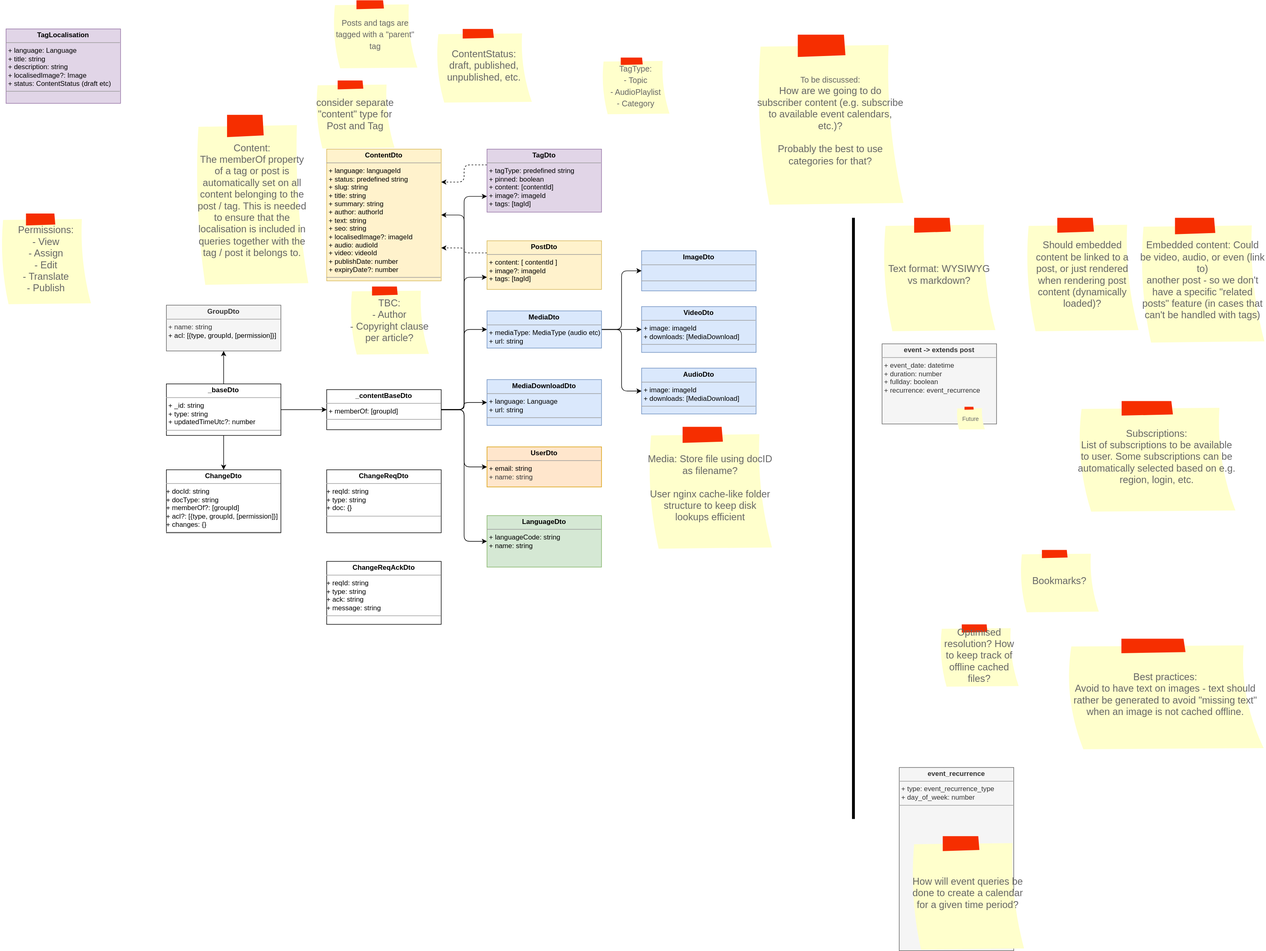
The draw.io diagram docs/datamodel.drawio.svg in bccsa/luminary, before a commit. Source tidied: cells renumbered, new cells last; positions are measured from the earlier drawing's top-left corner, leaving out a move shared by most shapes.
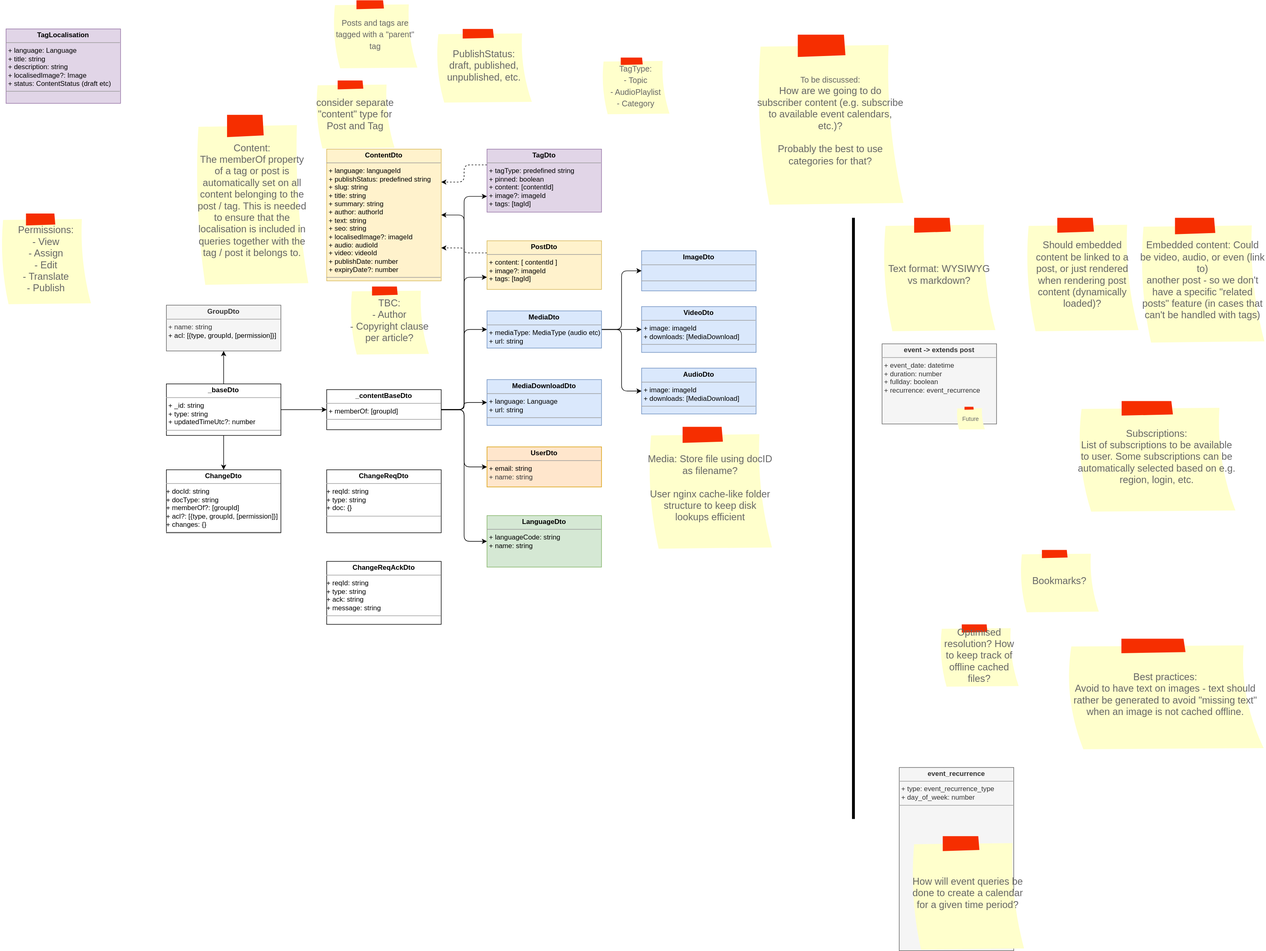
After the change.

Diff of the diagram source:
```diff
@@ -2,7 +2,7 @@
   <root>
     <mxCell id="0" />
     <mxCell id="1" parent="0" />
-    <mxCell id="2" value="&lt;p style=&quot;margin:0px;margin-top:4px;text-align:center;&quot;&gt;&lt;b&gt;ContentDto&lt;/b&gt;&lt;/p&gt;&lt;hr size=&quot;1&quot;&gt;&lt;p style=&quot;border-color: var(--border-color); margin: 0px 0px 0px 4px;&quot;&gt;&lt;span style=&quot;border-color: var(--border-color); background-color: initial;&quot;&gt;&lt;/span&gt;&lt;/p&gt;&lt;p style=&quot;border-color: var(--border-color); margin: 0px 0px 0px 4px;&quot;&gt;&lt;span style=&quot;border-color: var(--border-color); background-color: initial;&quot;&gt;+ language: languageId&lt;/span&gt;&lt;/p&gt;&lt;p style=&quot;border-color: var(--border-color); margin: 0px 0px 0px 4px;&quot;&gt;&lt;span style=&quot;border-color: var(--border-color); background-color: initial;&quot;&gt;+ status: predefined string&lt;br&gt;&lt;/span&gt;&lt;/p&gt;&lt;p style=&quot;border-color: var(--border-color); margin: 0px 0px 0px 4px;&quot;&gt;+ slug: string&lt;/p&gt;&lt;p style=&quot;margin:0px;margin-left:4px;&quot;&gt;+ title: string&lt;/p&gt;&lt;p style=&quot;margin:0px;margin-left:4px;&quot;&gt;+ summary: string&lt;/p&gt;&lt;p style=&quot;margin:0px;margin-left:4px;&quot;&gt;+ author: authorId&lt;br&gt;&lt;/p&gt;&lt;p style=&quot;margin:0px;margin-left:4px;&quot;&gt;+ text: string&lt;/p&gt;&lt;p style=&quot;margin:0px;margin-left:4px;&quot;&gt;+ seo: string&lt;/p&gt;&lt;p style=&quot;margin:0px;margin-left:4px;&quot;&gt;+ localisedImage?: imageId&lt;/p&gt;&lt;p style=&quot;margin:0px;margin-left:4px;&quot;&gt;+ audio: audioId&lt;/p&gt;&lt;p style=&quot;margin:0px;margin-left:4px;&quot;&gt;+ video: videoId&lt;/p&gt;&lt;p style=&quot;border-color: var(--border-color); margin: 0px 0px 0px 4px;&quot;&gt;&lt;span style=&quot;border-color: var(--border-color); background-color: initial;&quot;&gt;+ publishDate: number&lt;/span&gt;&lt;br style=&quot;border-color: var(--border-color);&quot;&gt;&lt;/p&gt;&lt;p style=&quot;border-color: var(--border-color); margin: 0px 0px 0px 4px;&quot;&gt;+ expiryDate?: number&lt;/p&gt;&lt;hr size=&quot;1&quot;&gt;&lt;p style=&quot;margin:0px;margin-left:4px;&quot;&gt;&lt;br&gt;&lt;/p&gt;" style="verticalAlign=top;align=left;overflow=fill;fontSize=12;fontFamily=Helvetica;html=1;whiteSpace=wrap;fillColor=#fff2cc;strokeColor=#d6b656;" parent="1" vertex="1">
+    <mxCell id="2" value="&lt;p style=&quot;margin:0px;margin-top:4px;text-align:center;&quot;&gt;&lt;b&gt;ContentDto&lt;/b&gt;&lt;/p&gt;&lt;hr size=&quot;1&quot;&gt;&lt;p style=&quot;border-color: var(--border-color); margin: 0px 0px 0px 4px;&quot;&gt;&lt;span style=&quot;border-color: var(--border-color); background-color: initial;&quot;&gt;&lt;/span&gt;&lt;/p&gt;&lt;p style=&quot;border-color: var(--border-color); margin: 0px 0px 0px 4px;&quot;&gt;&lt;span style=&quot;border-color: var(--border-color); background-color: initial;&quot;&gt;+ language: languageId&lt;/span&gt;&lt;/p&gt;&lt;p style=&quot;border-color: var(--border-color); margin: 0px 0px 0px 4px;&quot;&gt;&lt;span style=&quot;border-color: var(--border-color); background-color: initial;&quot;&gt;+ publishStatus: predefined string&lt;br&gt;&lt;/span&gt;&lt;/p&gt;&lt;p style=&quot;border-color: var(--border-color); margin: 0px 0px 0px 4px;&quot;&gt;+ slug: string&lt;/p&gt;&lt;p style=&quot;margin:0px;margin-left:4px;&quot;&gt;+ title: string&lt;/p&gt;&lt;p style=&quot;margin:0px;margin-left:4px;&quot;&gt;+ summary: string&lt;/p&gt;&lt;p style=&quot;margin:0px;margin-left:4px;&quot;&gt;+ author: authorId&lt;br&gt;&lt;/p&gt;&lt;p style=&quot;margin:0px;margin-left:4px;&quot;&gt;+ text: string&lt;/p&gt;&lt;p style=&quot;margin:0px;margin-left:4px;&quot;&gt;+ seo: string&lt;/p&gt;&lt;p style=&quot;margin:0px;margin-left:4px;&quot;&gt;+ localisedImage?: imageId&lt;/p&gt;&lt;p style=&quot;margin:0px;margin-left:4px;&quot;&gt;+ audio: audioId&lt;/p&gt;&lt;p style=&quot;margin:0px;margin-left:4px;&quot;&gt;+ video: videoId&lt;/p&gt;&lt;p style=&quot;border-color: var(--border-color); margin: 0px 0px 0px 4px;&quot;&gt;&lt;span style=&quot;border-color: var(--border-color); background-color: initial;&quot;&gt;+ publishDate: number&lt;/span&gt;&lt;br style=&quot;border-color: var(--border-color);&quot;&gt;&lt;/p&gt;&lt;p style=&quot;border-color: var(--border-color); margin: 0px 0px 0px 4px;&quot;&gt;+ expiryDate?: number&lt;/p&gt;&lt;hr size=&quot;1&quot;&gt;&lt;p style=&quot;margin:0px;margin-left:4px;&quot;&gt;&lt;br&gt;&lt;/p&gt;" style="verticalAlign=top;align=left;overflow=fill;fontSize=12;fontFamily=Helvetica;html=1;whiteSpace=wrap;fillColor=#fff2cc;strokeColor=#d6b656;" parent="1" vertex="1">
       <mxGeometry x="570" y="260" width="200" height="230" as="geometry" />
     </mxCell>
     <mxCell id="3" style="edgeStyle=orthogonalEdgeStyle;rounded=1;jettySize=auto;html=1;exitX=1;exitY=0.5;exitDx=0;exitDy=0;entryX=0;entryY=0.75;entryDx=0;entryDy=0;curved=0;" parent="1" edge="1" source="46" target="23">
@@ -74,7 +74,7 @@
     <mxCell id="23" value="&lt;p style=&quot;margin:0px;margin-top:4px;text-align:center;&quot;&gt;&lt;b&gt;PostDto&lt;/b&gt;&lt;/p&gt;&lt;hr size=&quot;1&quot;&gt;&lt;p style=&quot;margin:0px;margin-left:4px;&quot;&gt;&lt;span style=&quot;background-color: initial;&quot;&gt;+ content: [&lt;/span&gt;&lt;span style=&quot;background-color: initial; border-color: var(--border-color); text-align: center;&quot;&gt;contentId&lt;/span&gt;&lt;span style=&quot;background-color: initial;&quot;&gt;]&lt;/span&gt;&lt;br&gt;&lt;/p&gt;&lt;p style=&quot;border-color: var(--border-color); margin: 0px 0px 0px 4px;&quot;&gt;&lt;span style=&quot;background-color: initial;&quot;&gt;+ image?: imageId&lt;/span&gt;&lt;br&gt;&lt;/p&gt;&lt;p style=&quot;border-color: var(--border-color); margin: 0px 0px 0px 4px;&quot;&gt;&lt;span style=&quot;background-color: initial;&quot;&gt;+ tags: [tagId]&lt;/span&gt;&lt;/p&gt;" style="verticalAlign=top;align=left;overflow=fill;fontSize=12;fontFamily=Helvetica;html=1;whiteSpace=wrap;fillColor=#fff2cc;strokeColor=#d6b656;" parent="1" vertex="1">
       <mxGeometry x="850" y="420" width="200" height="85" as="geometry" />
     </mxCell>
-    <mxCell id="24" value="ContentStatus:&lt;br&gt;draft, published, unpublished, etc." style="strokeWidth=1;shadow=0;dashed=0;align=center;html=1;shape=mxgraph.mockup.text.stickyNote2;fontColor=#666666;mainText=;fontSize=17;whiteSpace=wrap;fillColor=#ffffcc;strokeColor=#F62E00;" parent="1" vertex="1">
+    <mxCell id="24" value="PublishStatus:&lt;br&gt;draft, published, unpublished, etc." style="strokeWidth=1;shadow=0;dashed=0;align=center;html=1;shape=mxgraph.mockup.text.stickyNote2;fontColor=#666666;mainText=;fontSize=17;whiteSpace=wrap;fillColor=#ffffcc;strokeColor=#F62E00;" parent="1" vertex="1">
       <mxGeometry x="760" y="50" width="170" height="130" as="geometry" />
     </mxCell>
     <mxCell id="25" value="Subscriptions:&lt;br&gt;List of subscriptions to be available to user. Some subscriptions can be automatically selected based on e.g. region, login, etc." style="strokeWidth=1;shadow=0;dashed=0;align=center;html=1;shape=mxgraph.mockup.text.stickyNote2;fontColor=#666666;mainText=;fontSize=17;whiteSpace=wrap;fillColor=#ffffcc;strokeColor=#F62E00;" parent="1" vertex="1">
```
